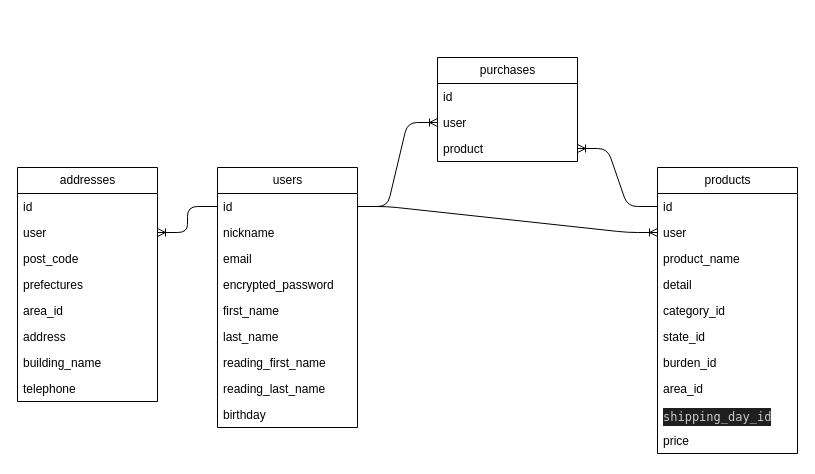
Earlier version of the draw.io diagram ER.dio (someno-kaede/furima-39613). Source tidied: cells renumbered, new cells numbered last; positions are measured from the earlier drawing's top-left corner, leaving out a move shared by most shapes. Both pictures are drawn from the tidied source at 100%, with x=0, y=0 at pixel (17, 57).
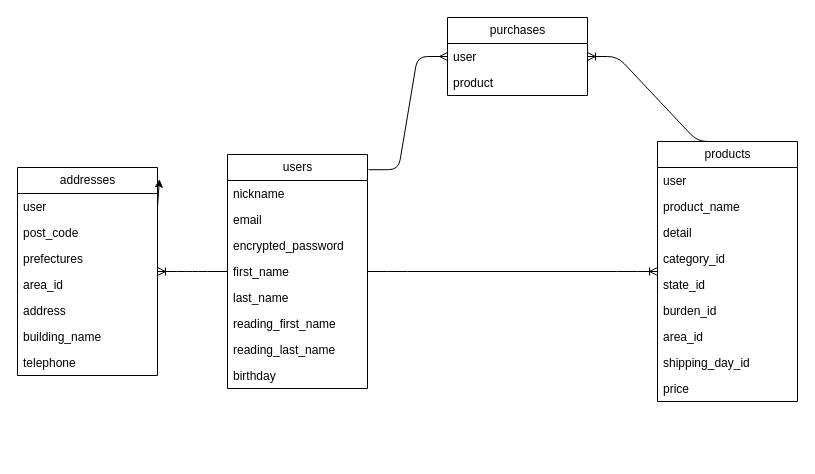
The same diagram, later.

Change to the diagram source:
```diff
@@
     <mxCell id="2" value="users" style="swimlane;fontStyle=0;horizontal=1;startSize=26;fillColor=none;html=1;" parent="1" vertex="1">
-      <mxGeometry x="200" y="110" width="140" height="260" as="geometry" />
+      <mxGeometry x="210" y="97" width="140" height="234" as="geometry" />
     </mxCell>
-    <mxCell id="3" value="id&lt;br&gt;" style="text;strokeColor=none;fillColor=none;align=left;verticalAlign=top;spacingLeft=4;spacingRight=4;overflow=hidden;points=[[0,0.5],[1,0.5]];portConstraint=eastwest;whiteSpace=wrap;html=1;" parent="2" vertex="1">
-      <mxGeometry y="26" width="140" height="26" as="geometry" />
-    </mxCell>
     <mxCell id="4" value="nickname" style="text;strokeColor=none;fillColor=none;align=left;verticalAlign=top;spacingLeft=4;spacingRight=4;overflow=hidden;whiteSpace=wrap;html=1;" parent="2" vertex="1">
-      <mxGeometry y="52" width="140" height="26" as="geometry" />
+      <mxGeometry y="26" width="140" height="26" as="geometry" />
     </mxCell>
     <mxCell id="5" value="email" style="text;strokeColor=none;fillColor=none;align=left;verticalAlign=top;spacingLeft=4;spacingRight=4;overflow=hidden;whiteSpace=wrap;html=1;" parent="2" vertex="1">
-      <mxGeometry y="78" width="140" height="26" as="geometry" />
+      <mxGeometry y="52" width="140" height="26" as="geometry" />
     </mxCell>
     <mxCell id="6" value="encrypted_password" style="text;strokeColor=none;fillColor=none;align=left;verticalAlign=top;spacingLeft=4;spacingRight=4;overflow=hidden;whiteSpace=wrap;html=1;" parent="2" vertex="1">
-      <mxGeometry y="104" width="140" height="26" as="geometry" />
+      <mxGeometry y="78" width="140" height="26" as="geometry" />
     </mxCell>
     <mxCell id="7" value="first_name" style="text;strokeColor=none;fillColor=none;align=left;verticalAlign=top;spacingLeft=4;spacingRight=4;overflow=hidden;whiteSpace=wrap;html=1;" parent="2" vertex="1">
-      <mxGeometry y="130" width="140" height="26" as="geometry" />
+      <mxGeometry y="104" width="140" height="26" as="geometry" />
     </mxCell>
     <mxCell id="8" value="last_name" style="text;strokeColor=none;fillColor=none;align=left;verticalAlign=top;spacingLeft=4;spacingRight=4;overflow=hidden;whiteSpace=wrap;html=1;" parent="2" vertex="1">
-      <mxGeometry y="156" width="140" height="26" as="geometry" />
+      <mxGeometry y="130" width="140" height="26" as="geometry" />
     </mxCell>
     <mxCell id="9" value="reading_first_name" style="text;strokeColor=none;fillColor=none;align=left;verticalAlign=top;spacingLeft=4;spacingRight=4;overflow=hidden;whiteSpace=wrap;html=1;" parent="2" vertex="1">
-      <mxGeometry y="182" width="140" height="26" as="geometry" />
+      <mxGeometry y="156" width="140" height="26" as="geometry" />
     </mxCell>
     <mxCell id="10" value="reading_last_name" style="text;strokeColor=none;fillColor=none;align=left;verticalAlign=top;spacingLeft=4;spacingRight=4;overflow=hidden;whiteSpace=wrap;html=1;" parent="2" vertex="1">
-      <mxGeometry y="208" width="140" height="26" as="geometry" />
+      <mxGeometry y="182" width="140" height="26" as="geometry" />
     </mxCell>
     <mxCell id="11" value="birthday" style="text;strokeColor=none;fillColor=none;align=left;verticalAlign=top;spacingLeft=4;spacingRight=4;overflow=hidden;whiteSpace=wrap;html=1;" parent="2" vertex="1">
-      <mxGeometry y="234" width="140" height="26" as="geometry" />
+      <mxGeometry y="208" width="140" height="26" as="geometry" />
     </mxCell>
     <mxCell id="12" value="products" style="swimlane;fontStyle=0;horizontal=1;startSize=26;fillColor=none;html=1;" parent="1" vertex="1">
-      <mxGeometry x="640" y="110" width="140" height="286" as="geometry" />
+      <mxGeometry x="640" y="84" width="140" height="260" as="geometry" />
     </mxCell>
-    <mxCell id="13" value="id&lt;br&gt;" style="text;strokeColor=none;fillColor=none;align=left;verticalAlign=top;spacingLeft=4;spacingRight=4;overflow=hidden;points=[[0,0.5],[1,0.5]];portConstraint=eastwest;whiteSpace=wrap;html=1;" parent="12" vertex="1">
-      <mxGeometry y="26" width="140" height="26" as="geometry" />
-    </mxCell>
     <mxCell id="14" value="user&lt;br&gt;" style="text;strokeColor=none;fillColor=none;align=left;verticalAlign=top;spacingLeft=4;spacingRight=4;overflow=hidden;points=[[0,0.5],[1,0.5]];portConstraint=eastwest;whiteSpace=wrap;html=1;" parent="12" vertex="1">
-      <mxGeometry y="52" width="140" height="26" as="geometry" />
+      <mxGeometry y="26" width="140" height="26" as="geometry" />
     </mxCell>
     <mxCell id="15" value="product_name" style="text;strokeColor=none;fillColor=none;align=left;verticalAlign=top;spacingLeft=4;spacingRight=4;overflow=hidden;whiteSpace=wrap;html=1;" parent="12" vertex="1">
-      <mxGeometry y="78" width="140" height="26" as="geometry" />
+      <mxGeometry y="52" width="140" height="26" as="geometry" />
     </mxCell>
     <mxCell id="16" value="detail" style="text;strokeColor=none;fillColor=none;align=left;verticalAlign=top;spacingLeft=4;spacingRight=4;overflow=hidden;whiteSpace=wrap;html=1;" parent="12" vertex="1">
-      <mxGeometry y="104" width="140" height="26" as="geometry" />
+      <mxGeometry y="78" width="140" height="26" as="geometry" />
     </mxCell>
     <mxCell id="17" value="category_id" style="text;strokeColor=none;fillColor=none;align=left;verticalAlign=top;spacingLeft=4;spacingRight=4;overflow=hidden;whiteSpace=wrap;html=1;" parent="12" vertex="1">
-      <mxGeometry y="130" width="140" height="26" as="geometry" />
+      <mxGeometry y="104" width="140" height="26" as="geometry" />
     </mxCell>
     <mxCell id="18" value="state_id" style="text;strokeColor=none;fillColor=none;align=left;verticalAlign=top;spacingLeft=4;spacingRight=4;overflow=hidden;whiteSpace=wrap;html=1;" parent="12" vertex="1">
-      <mxGeometry y="156" width="140" height="26" as="geometry" />
+      <mxGeometry y="130" width="140" height="26" as="geometry" />
     </mxCell>
     <mxCell id="19" value="burden_id" style="text;strokeColor=none;fillColor=none;align=left;verticalAlign=top;spacingLeft=4;spacingRight=4;overflow=hidden;whiteSpace=wrap;html=1;" parent="12" vertex="1">
-      <mxGeometry y="182" width="140" height="26" as="geometry" />
+      <mxGeometry y="156" width="140" height="26" as="geometry" />
     </mxCell>
     <mxCell id="20" value="area_id" style="text;strokeColor=none;fillColor=none;align=left;verticalAlign=top;spacingLeft=4;spacingRight=4;overflow=hidden;whiteSpace=wrap;html=1;" parent="12" vertex="1">
-      <mxGeometry y="208" width="140" height="26" as="geometry" />
+      <mxGeometry y="182" width="140" height="26" as="geometry" />
     </mxCell>
-    <mxCell id="21" value="&lt;div style=&quot;color: rgb(204, 204, 204); background-color: rgb(31, 31, 31); font-family: Menlo, Monaco, &amp;quot;Courier New&amp;quot;, monospace; line-height: 18px;&quot;&gt;shipping_day_id&lt;/div&gt;" style="text;strokeColor=none;fillColor=none;align=left;verticalAlign=top;spacingLeft=4;spacingRight=4;overflow=hidden;whiteSpace=wrap;html=1;" parent="12" vertex="1">
-      <mxGeometry y="234" width="140" height="26" as="geometry" />
+    <mxCell id="21" value="shipping_day_id" style="text;strokeColor=none;fillColor=none;align=left;verticalAlign=top;spacingLeft=4;spacingRight=4;overflow=hidden;whiteSpace=wrap;html=1;" parent="12" vertex="1">
+      <mxGeometry y="208" width="140" height="26" as="geometry" />
     </mxCell>
     <mxCell id="22" value="price" style="text;strokeColor=none;fillColor=none;align=left;verticalAlign=top;spacingLeft=4;spacingRight=4;overflow=hidden;whiteSpace=wrap;html=1;" parent="12" vertex="1">
-      <mxGeometry y="260" width="140" height="26" as="geometry" />
+      <mxGeometry y="234" width="140" height="26" as="geometry" />
     </mxCell>
     <mxCell id="23" value="purchases" style="swimlane;fontStyle=0;horizontal=1;startSize=26;fillColor=none;html=1;" parent="1" vertex="1">
-      <mxGeometry x="420" width="140" height="104" as="geometry" />
+      <mxGeometry x="430" y="-40" width="140" height="78" as="geometry" />
     </mxCell>
-    <mxCell id="24" value="id" style="text;strokeColor=none;fillColor=none;align=left;verticalAlign=top;spacingLeft=4;spacingRight=4;overflow=hidden;whiteSpace=wrap;html=1;" parent="23" vertex="1">
-      <mxGeometry y="26" width="140" height="26" as="geometry" />
-    </mxCell>
     <mxCell id="25" value="user" style="text;strokeColor=none;fillColor=none;align=left;verticalAlign=top;spacingLeft=4;spacingRight=4;overflow=hidden;points=[[0,0.5],[1,0.5]];portConstraint=eastwest;whiteSpace=wrap;html=1;" parent="23" vertex="1">
-      <mxGeometry y="52" width="140" height="26" as="geometry" />
+      <mxGeometry y="26" width="140" height="26" as="geometry" />
     </mxCell>
     <mxCell id="26" value="product" style="text;strokeColor=none;fillColor=none;align=left;verticalAlign=top;spacingLeft=4;spacingRight=4;overflow=hidden;points=[[0,0.5],[1,0.5]];portConstraint=eastwest;whiteSpace=wrap;html=1;" parent="23" vertex="1">
-      <mxGeometry y="78" width="140" height="26" as="geometry" />
+      <mxGeometry y="52" width="140" height="26" as="geometry" />
     </mxCell>
-    <mxCell id="27" style="edgeStyle=entityRelationEdgeStyle;fontSize=12;html=1;endArrow=ERoneToMany;entryX=0;entryY=0.5;entryDx=0;entryDy=0;" parent="1" edge="1" source="3" target="14">
-      <mxGeometry relative="1" as="geometry" />
-    </mxCell>
     <mxCell id="28" value="addresses" style="swimlane;fontStyle=0;horizontal=1;startSize=26;fillColor=none;html=1;" parent="1" vertex="1">
-      <mxGeometry y="110" width="140" height="234" as="geometry" />
+      <mxGeometry y="110" width="140" height="208" as="geometry" />
     </mxCell>
-    <mxCell id="29" value="id" style="text;strokeColor=none;fillColor=none;align=left;verticalAlign=top;spacingLeft=4;spacingRight=4;overflow=hidden;whiteSpace=wrap;html=1;" parent="28" vertex="1">
-      <mxGeometry y="26" width="140" height="26" as="geometry" />
-    </mxCell>
+    <mxCell id="40" style="edgeStyle=none;html=1;exitX=1;exitY=0.5;exitDx=0;exitDy=0;entryX=1.014;entryY=0.056;entryDx=0;entryDy=0;entryPerimeter=0;" parent="28" edge="1" source="30" target="28">
+      <mxGeometry relative="1" as="geometry" />
+    </mxCell>
     <mxCell id="30" value="user" style="text;strokeColor=none;fillColor=none;align=left;verticalAlign=top;spacingLeft=4;spacingRight=4;overflow=hidden;points=[[0,0.5],[1,0.5]];portConstraint=eastwest;whiteSpace=wrap;html=1;" parent="28" vertex="1">
-      <mxGeometry y="52" width="140" height="26" as="geometry" />
+      <mxGeometry y="26" width="140" height="26" as="geometry" />
     </mxCell>
     <mxCell id="31" value="post_code" style="text;strokeColor=none;fillColor=none;align=left;verticalAlign=top;spacingLeft=4;spacingRight=4;overflow=hidden;whiteSpace=wrap;html=1;" parent="28" vertex="1">
-      <mxGeometry y="78" width="140" height="26" as="geometry" />
+      <mxGeometry y="52" width="140" height="26" as="geometry" />
     </mxCell>
     <mxCell id="32" value="prefectures" style="text;strokeColor=none;fillColor=none;align=left;verticalAlign=top;spacingLeft=4;spacingRight=4;overflow=hidden;whiteSpace=wrap;html=1;" parent="28" vertex="1">
-      <mxGeometry y="104" width="140" height="26" as="geometry" />
+      <mxGeometry y="78" width="140" height="26" as="geometry" />
     </mxCell>
     <mxCell id="33" value="area_id" style="text;strokeColor=none;fillColor=none;align=left;verticalAlign=top;spacingLeft=4;spacingRight=4;overflow=hidden;whiteSpace=wrap;html=1;" parent="28" vertex="1">
-      <mxGeometry y="130" width="140" height="26" as="geometry" />
+      <mxGeometry y="104" width="140" height="26" as="geometry" />
     </mxCell>
     <mxCell id="34" value="address" style="text;strokeColor=none;fillColor=none;align=left;verticalAlign=top;spacingLeft=4;spacingRight=4;overflow=hidden;whiteSpace=wrap;html=1;" parent="28" vertex="1">
-      <mxGeometry y="156" width="140" height="26" as="geometry" />
+      <mxGeometry y="130" width="140" height="26" as="geometry" />
     </mxCell>
     <mxCell id="35" value="building_name" style="text;strokeColor=none;fillColor=none;align=left;verticalAlign=top;spacingLeft=4;spacingRight=4;overflow=hidden;whiteSpace=wrap;html=1;" parent="28" vertex="1">
-      <mxGeometry y="182" width="140" height="26" as="geometry" />
+      <mxGeometry y="156" width="140" height="26" as="geometry" />
     </mxCell>
     <mxCell id="36" value="telephone" style="text;strokeColor=none;fillColor=none;align=left;verticalAlign=top;spacingLeft=4;spacingRight=4;overflow=hidden;whiteSpace=wrap;html=1;" parent="28" vertex="1">
-      <mxGeometry y="208" width="140" height="26" as="geometry" />
+      <mxGeometry y="182" width="140" height="26" as="geometry" />
     </mxCell>
-    <mxCell id="37" style="edgeStyle=entityRelationEdgeStyle;fontSize=12;html=1;endArrow=ERoneToMany;entryX=1;entryY=0.5;entryDx=0;entryDy=0;exitX=0;exitY=0.5;exitDx=0;exitDy=0;" parent="1" edge="1" source="3" target="30">
-      <mxGeometry relative="1" as="geometry" />
-    </mxCell>
-    <mxCell id="38" style="edgeStyle=entityRelationEdgeStyle;fontSize=12;html=1;endArrow=ERoneToMany;exitX=1;exitY=0.5;exitDx=0;exitDy=0;" parent="1" edge="1" source="3" target="25">
-      <mxGeometry relative="1" as="geometry" />
-    </mxCell>
-    <mxCell id="39" style="edgeStyle=entityRelationEdgeStyle;fontSize=12;html=1;endArrow=ERoneToMany;entryX=1;entryY=0.5;entryDx=0;entryDy=0;exitX=0;exitY=0.5;exitDx=0;exitDy=0;" parent="1" edge="1" source="13" target="26">
-      <mxGeometry relative="1" as="geometry" />
-    </mxCell>
+    <mxCell id="41" style="edgeStyle=entityRelationEdgeStyle;fontSize=12;html=1;endArrow=ERoneToMany;" parent="1" edge="1" source="2" target="28">
+      <mxGeometry relative="1" as="geometry" />
+    </mxCell>
+    <mxCell id="42" style="edgeStyle=entityRelationEdgeStyle;fontSize=12;html=1;endArrow=ERmany;exitX=1.007;exitY=0.065;exitDx=0;exitDy=0;exitPerimeter=0;" parent="1" edge="1" source="2" target="23">
+      <mxGeometry relative="1" as="geometry" />
+    </mxCell>
+    <mxCell id="43" style="edgeStyle=entityRelationEdgeStyle;fontSize=12;html=1;endArrow=ERoneToMany;" parent="1" edge="1" source="2" target="12">
+      <mxGeometry relative="1" as="geometry" />
+    </mxCell>
+    <mxCell id="44" style="edgeStyle=entityRelationEdgeStyle;fontSize=12;html=1;endArrow=ERoneToMany;exitX=0.5;exitY=0;exitDx=0;exitDy=0;" parent="1" edge="1" source="12" target="23">
+      <mxGeometry relative="1" as="geometry" />
+    </mxCell>
```
